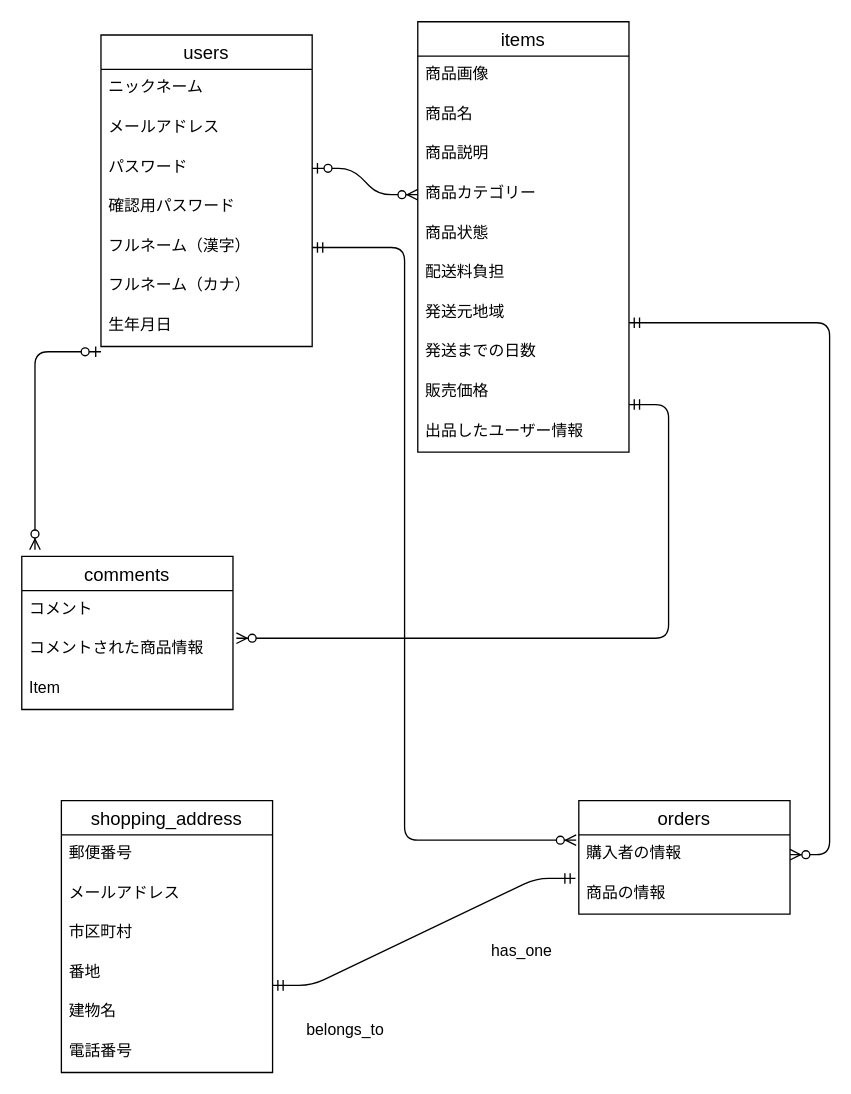
The draw.io diagram test.dio in sukekosu/furima-39323, before the edit. Source tidied: cells renumbered, new cells numbered last; positions are measured from the earlier drawing's top-left corner, leaving out a move shared by most shapes. Both pictures are drawn from the tidied source at 132%, with x=0, y=0 at pixel (21, 21).
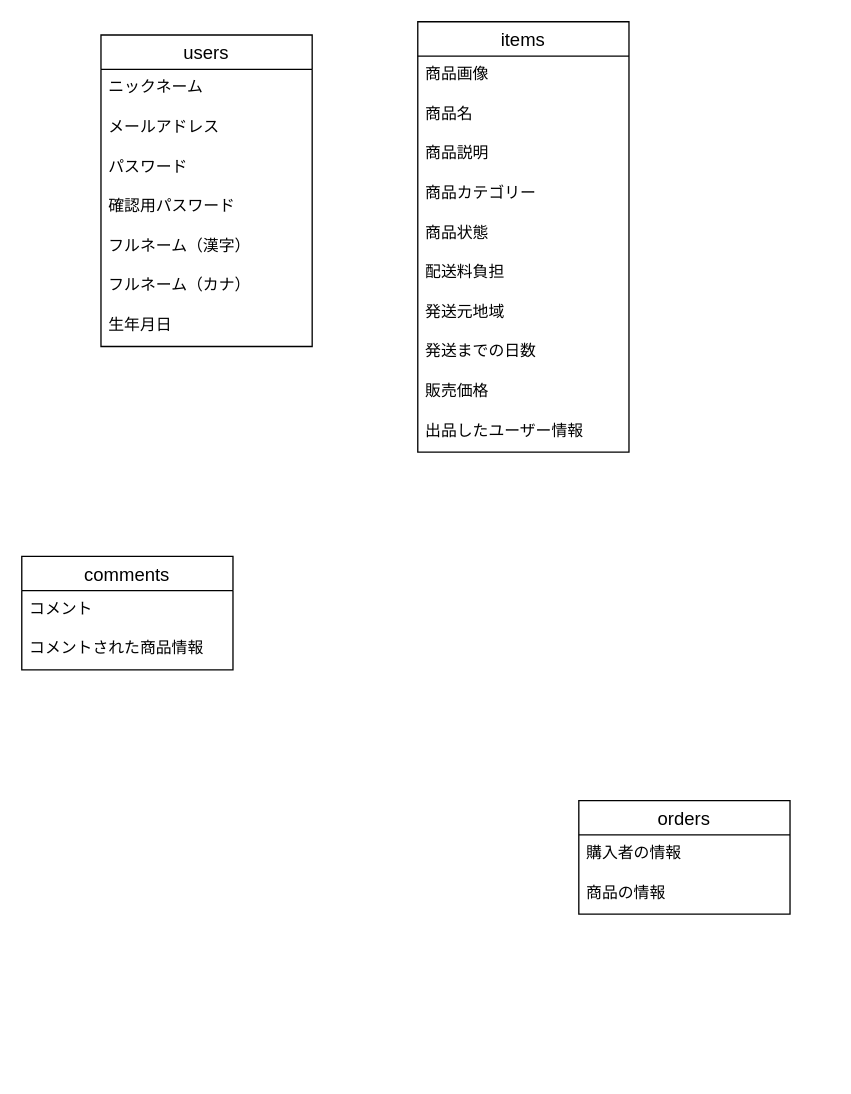
Above is the later version.

Commit message:
データベース設計一部修正①

The change refers to these unchanged cells:
```xml
<mxCell id="3" value="購入者の情報" style="text;strokeColor=none;fillColor=none;spacingLeft=4;spacingRight=4;overflow=hidden;points=[[0,0.5],[1,0.5]];portConstraint=eastwest;fontSize=12;" parent="2" vertex="1">
  <mxGeometry y="26" width="160" height="30" as="geometry" />
</mxCell>
<mxCell id="4" value="商品の情報" style="text;strokeColor=none;fillColor=none;spacingLeft=4;spacingRight=4;overflow=hidden;points=[[0,0.5],[1,0.5]];portConstraint=eastwest;fontSize=12;" parent="2" vertex="1">
  <mxGeometry y="56" width="160" height="30" as="geometry" />
</mxCell>
<mxCell id="9" value="商品カテゴリー" style="text;strokeColor=none;fillColor=none;spacingLeft=4;spacingRight=4;overflow=hidden;points=[[0,0.5],[1,0.5]];portConstraint=eastwest;fontSize=12;" parent="5" vertex="1">
  <mxGeometry y="116" width="160" height="30" as="geometry" />
</mxCell>
<mxCell id="19" value="パスワード" style="text;strokeColor=none;fillColor=none;spacingLeft=4;spacingRight=4;overflow=hidden;points=[[0,0.5],[1,0.5]];portConstraint=eastwest;fontSize=12;" parent="16" vertex="1">
  <mxGeometry y="86" width="160" height="30" as="geometry" />
</mxCell>
<mxCell id="21" value="フルネーム（漢字）" style="text;strokeColor=none;fillColor=none;spacingLeft=4;spacingRight=4;overflow=hidden;points=[[0,0.5],[1,0.5]];portConstraint=eastwest;fontSize=12;" parent="16" vertex="1">
  <mxGeometry y="146" width="160" height="30" as="geometry" />
</mxCell>
<mxCell id="26" value="コメントされた商品情報&#10;" style="text;strokeColor=none;fillColor=none;spacingLeft=4;spacingRight=4;overflow=hidden;points=[[0,0.5],[1,0.5]];portConstraint=eastwest;fontSize=12;" parent="24" vertex="1">
  <mxGeometry y="56" width="160" height="30" as="geometry" />
</mxCell>
```

Diff of the diagram source:
```diff
@@
     <mxCell id="24" value="comments" style="swimlane;fontStyle=0;horizontal=1;startSize=26;align=center;fontSize=14;" parent="1" vertex="1">
-      <mxGeometry y="405" width="160" height="116" as="geometry" />
+      <mxGeometry y="405" width="160" height="86" as="geometry" />
     </mxCell>
@@
-    <mxCell id="27" value="Item" style="text;strokeColor=none;fillColor=none;spacingLeft=4;spacingRight=4;overflow=hidden;fontSize=12;" parent="24" vertex="1">
-      <mxGeometry y="86" width="160" height="30" as="geometry" />
-    </mxCell>
-    <mxCell id="28" style="edgeStyle=entityRelationEdgeStyle;fontSize=12;html=1;endArrow=ERzeroToMany;startArrow=ERzeroToOne;entryX=0;entryY=0.5;entryDx=0;entryDy=0;exitX=1;exitY=0.5;exitDx=0;exitDy=0;" parent="1" edge="1" source="19" target="9">
-      <mxGeometry relative="1" as="geometry" />
-    </mxCell>
-    <mxCell id="29" style="fontSize=12;html=1;endArrow=ERzeroToMany;startArrow=ERzeroToOne;exitX=0;exitY=0.133;exitDx=0;exitDy=0;exitPerimeter=0;" parent="1" edge="1">
-      <mxGeometry relative="1" as="geometry">
-        <mxPoint x="60" y="250" as="sourcePoint" />
-        <mxPoint x="10" y="400" as="targetPoint" />
-        <Array as="points">
-          <mxPoint x="10" y="250" />
-        </Array>
-      </mxGeometry>
-    </mxCell>
-    <mxCell id="30" value="shopping_address" style="swimlane;fontStyle=0;horizontal=1;startSize=26;align=center;fontSize=14;" parent="1" vertex="1">
-      <mxGeometry x="30" y="590" width="160" height="206" as="geometry" />
-    </mxCell>
-    <mxCell id="31" value="郵便番号" style="text;strokeColor=none;fillColor=none;spacingLeft=4;spacingRight=4;overflow=hidden;fontSize=12;" parent="30" vertex="1">
-      <mxGeometry y="26" width="160" height="30" as="geometry" />
-    </mxCell>
-    <mxCell id="32" value="メールアドレス" style="text;strokeColor=none;fillColor=none;spacingLeft=4;spacingRight=4;overflow=hidden;fontSize=12;" parent="30" vertex="1">
-      <mxGeometry y="56" width="160" height="30" as="geometry" />
-    </mxCell>
-    <mxCell id="33" value="市区町村" style="text;strokeColor=none;fillColor=none;spacingLeft=4;spacingRight=4;overflow=hidden;fontSize=12;" parent="30" vertex="1">
-      <mxGeometry y="86" width="160" height="30" as="geometry" />
-    </mxCell>
-    <mxCell id="34" value="番地" style="text;strokeColor=none;fillColor=none;spacingLeft=4;spacingRight=4;overflow=hidden;fontSize=12;" parent="30" vertex="1">
-      <mxGeometry y="116" width="160" height="30" as="geometry" />
-    </mxCell>
-    <mxCell id="35" value="建物名" style="text;strokeColor=none;fillColor=none;spacingLeft=4;spacingRight=4;overflow=hidden;fontSize=12;" parent="30" vertex="1">
-      <mxGeometry y="146" width="160" height="30" as="geometry" />
-    </mxCell>
-    <mxCell id="36" value="電話番号" style="text;strokeColor=none;fillColor=none;spacingLeft=4;spacingRight=4;overflow=hidden;fontSize=12;" parent="30" vertex="1">
-      <mxGeometry y="176" width="160" height="30" as="geometry" />
-    </mxCell>
-    <mxCell id="37" style="edgeStyle=entityRelationEdgeStyle;fontSize=12;html=1;endArrow=ERzeroToMany;startArrow=ERmandOne;elbow=vertical;entryX=1.016;entryY=0.2;entryDx=0;entryDy=0;entryPerimeter=0;" parent="1" edge="1" target="26">
-      <mxGeometry relative="1" as="geometry">
-        <mxPoint x="460" y="290" as="sourcePoint" />
-      </mxGeometry>
-    </mxCell>
-    <mxCell id="38" style="edgeStyle=entityRelationEdgeStyle;fontSize=12;html=1;endArrow=ERzeroToMany;startArrow=ERmandOne;elbow=vertical;" parent="1" edge="1" target="3">
-      <mxGeometry relative="1" as="geometry">
-        <mxPoint x="460" y="228" as="sourcePoint" />
-      </mxGeometry>
-    </mxCell>
-    <mxCell id="39" style="edgeStyle=elbowEdgeStyle;fontSize=12;html=1;endArrow=ERzeroToMany;startArrow=ERmandOne;" parent="1" edge="1" source="21">
-      <mxGeometry relative="1" as="geometry">
-        <mxPoint x="420" y="620" as="targetPoint" />
-        <Array as="points">
-          <mxPoint x="290" y="400" />
-        </Array>
-      </mxGeometry>
-    </mxCell>
-    <mxCell id="40" style="edgeStyle=entityRelationEdgeStyle;fontSize=12;html=1;endArrow=ERmandOne;startArrow=ERmandOne;entryX=-0.016;entryY=0.1;entryDx=0;entryDy=0;entryPerimeter=0;" parent="1" edge="1" target="4">
-      <mxGeometry relative="1" as="geometry">
-        <mxPoint x="190" y="730" as="sourcePoint" />
-      </mxGeometry>
-    </mxCell>
-    <mxCell id="41" value="has_one" style="text;strokeColor=none;fillColor=none;spacingLeft=4;spacingRight=4;overflow=hidden;fontSize=12;" parent="1" vertex="1">
-      <mxGeometry x="350" y="690" width="70" height="30" as="geometry" />
-    </mxCell>
-    <mxCell id="42" value="belongs_to" style="text;strokeColor=none;fillColor=none;spacingLeft=4;spacingRight=4;overflow=hidden;fontSize=12;" parent="1" vertex="1">
-      <mxGeometry x="210" y="750" width="110" height="30" as="geometry" />
-    </mxCell>
```
